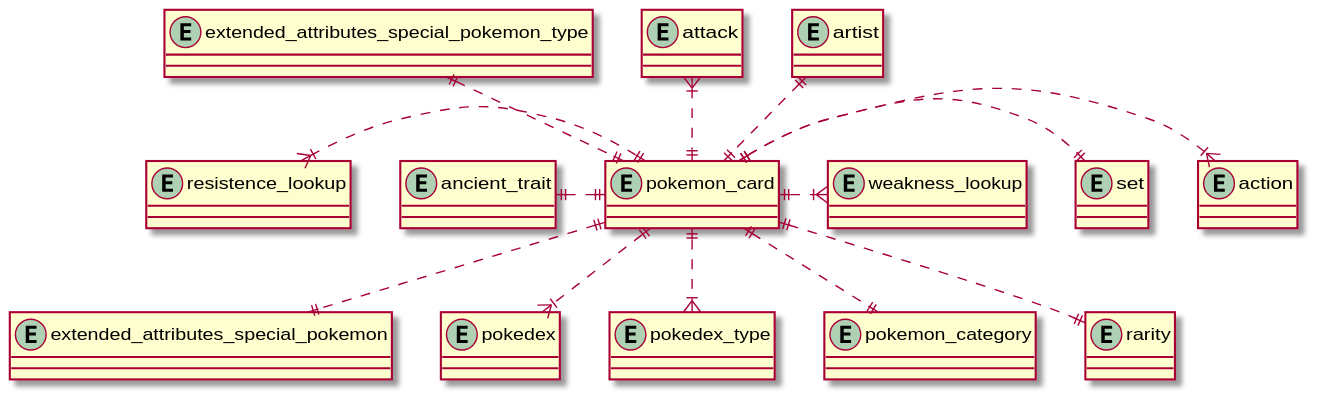
Before: schema/exported_images/pokemon-card-relationships.svg, a diagram exported from PlantUML (pkgreen90/pokemon-tcg-data).
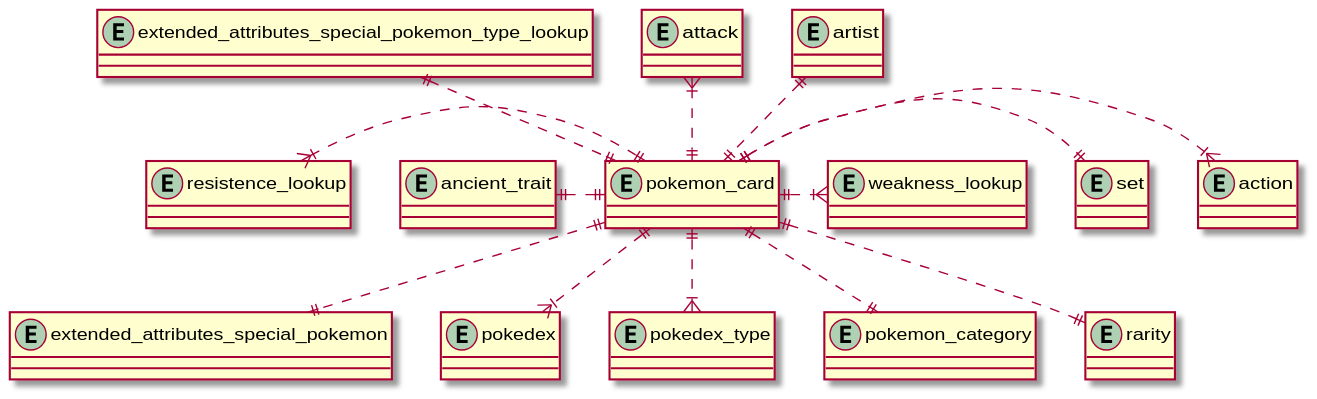
Above is the later version.

The edit, as a diff of the source:
```diff
@@ -5,7 +5,7 @@
 entity "artist" as artist {}
 entity "attack" as attack {}
 entity "extended_attributes_special_pokemon" as extended_attributes_special_pokemon {}
-entity "extended_attributes_special_pokemon_type" as extended_attributes_special_pokemon_type {}
+entity "extended_attributes_special_pokemon_type_lookup" as extended_attributes_special_pokemon_type_lookup {}
 entity "pokedex" as pokedex {}
 entity "pokedex_type" as pokedex_type {}
 entity "pokemon_card" as pokemon_card {}
@@ -20,7 +20,7 @@
 pokemon_card ||..up|| artist
 pokemon_card ||..up|{ attack
 pokemon_card ||..|| extended_attributes_special_pokemon
-pokemon_card ||..up|| extended_attributes_special_pokemon_type
+pokemon_card ||..up|| extended_attributes_special_pokemon_type_lookup
 pokemon_card ||..|{ pokedex
 pokemon_card ||..down|{ pokedex_type
 pokemon_card ||..down|| pokemon_category
```
